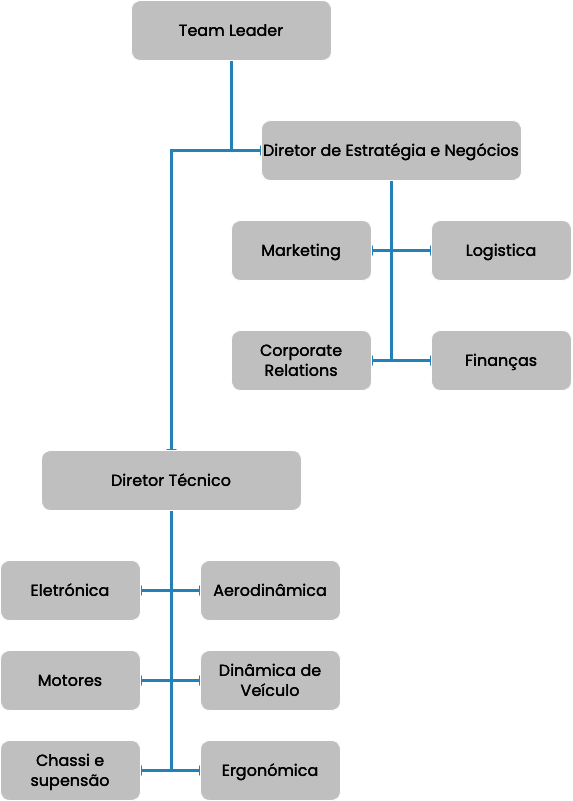
This is src/assets/images/org_chart_pt.drawio_mobile.png from JaimeFerreira2002/NFS-site, a draw.io export, as it was before one commit. Source tidied: cells renumbered, new cells last; positions are measured from the earlier drawing's top-left corner, leaving out a move shared by most shapes.
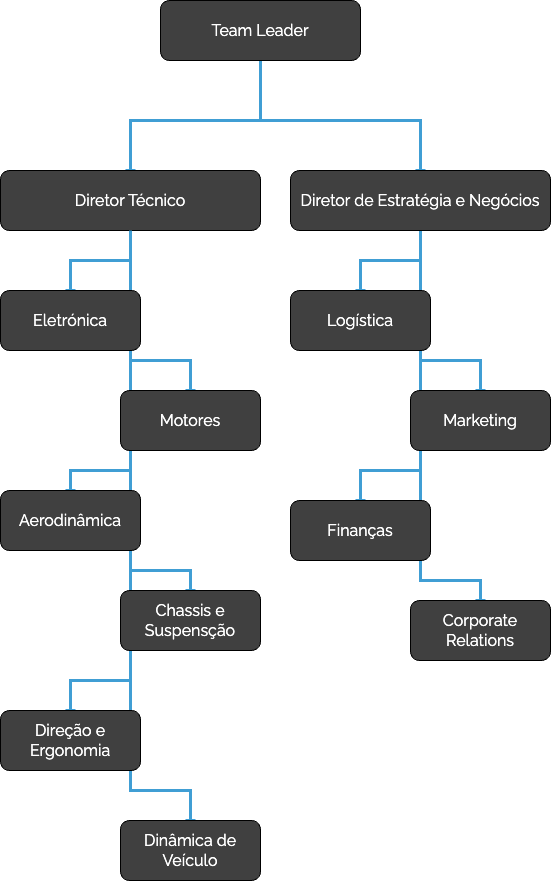
Later version of the same file.

The edit, as a diff of the source:
```diff
@@ -2,87 +2,130 @@
   <root>
     <mxCell id="0" />
     <mxCell id="1" parent="0" />
-    <mxCell id="2" style="edgeStyle=orthogonalEdgeStyle;rounded=0;orthogonalLoop=1;jettySize=auto;html=1;exitX=0.5;exitY=1;exitDx=0;exitDy=0;entryX=0.5;entryY=0;entryDx=0;entryDy=0;strokeWidth=3;strokeColor=#409ED4;endArrow=baseDash;endFill=0;" parent="1" edge="1">
+    <mxCell id="2" style="edgeStyle=orthogonalEdgeStyle;rounded=0;jettySize=auto;html=1;entryX=0.5;entryY=0;entryDx=0;entryDy=0;strokeWidth=3;strokeColor=#409ED4;endArrow=baseDash;endFill=0;fontFamily=raleway;exitX=0.5;exitY=1;exitDx=0;exitDy=0;" parent="1" edge="1" source="4" target="16">
       <mxGeometry relative="1" as="geometry">
-        <mxPoint x="231" y="60" as="sourcePoint" />
-        <mxPoint x="171" y="450" as="targetPoint" />
         <Array as="points">
-          <mxPoint x="231" y="150" />
-          <mxPoint x="171" y="150" />
+          <mxPoint x="391" y="-120" />
+          <mxPoint x="261" y="-120" />
         </Array>
       </mxGeometry>
     </mxCell>
-    <mxCell id="3" style="edgeStyle=orthogonalEdgeStyle;rounded=0;jettySize=auto;html=1;exitX=0.5;exitY=1;exitDx=0;exitDy=0;entryX=0;entryY=0.5;entryDx=0;entryDy=0;strokeWidth=3;strokeColor=#409ED4;curved=0;endArrow=baseDash;endFill=0;" parent="1" edge="1" source="4" target="9">
-      <mxGeometry relative="1" as="geometry" />
+    <mxCell id="3" style="edgeStyle=orthogonalEdgeStyle;rounded=0;jettySize=auto;html=1;exitX=0.5;exitY=1;exitDx=0;exitDy=0;entryX=0.5;entryY=0;entryDx=0;entryDy=0;strokeWidth=3;strokeColor=#409ED4;curved=0;endArrow=baseDash;endFill=0;fontFamily=raleway;" parent="1" edge="1" source="4" target="9">
+      <mxGeometry relative="1" as="geometry">
+        <Array as="points">
+          <mxPoint x="391" y="-120" />
+          <mxPoint x="551" y="-120" />
+        </Array>
+      </mxGeometry>
     </mxCell>
-    <mxCell id="4" value="&lt;font face=&quot;Poppins&quot; style=&quot;font-size: 16px;&quot; color=&quot;#ffffff&quot;&gt;Team Leader&lt;/font&gt;" style="rounded=1;whiteSpace=wrap;html=1;fillColor=#404040;" parent="1" vertex="1">
-      <mxGeometry x="131" width="200" height="60" as="geometry" />
+    <mxCell id="4" value="&lt;font color=&quot;#ffffff&quot; style=&quot;font-size: 16px;&quot;&gt;Team Leader&lt;/font&gt;" style="rounded=1;whiteSpace=wrap;html=1;fillColor=#404040;fontFamily=raleway;" parent="1" vertex="1">
+      <mxGeometry x="291" y="-240" width="200" height="60" as="geometry" />
     </mxCell>
-    <mxCell id="5" style="edgeStyle=orthogonalEdgeStyle;rounded=0;jettySize=auto;html=1;exitX=0.5;exitY=1;exitDx=0;exitDy=0;entryX=1;entryY=0.5;entryDx=0;entryDy=0;strokeWidth=3;strokeColor=#409ED4;endArrow=baseDash;endFill=0;" parent="1" edge="1" source="9" target="17">
-      <mxGeometry relative="1" as="geometry" />
+    <mxCell id="5" style="edgeStyle=orthogonalEdgeStyle;rounded=0;jettySize=auto;html=1;exitX=0.5;exitY=1;exitDx=0;exitDy=0;entryX=0.5;entryY=0;entryDx=0;entryDy=0;strokeWidth=3;strokeColor=#409ED4;endArrow=baseDash;endFill=0;fontFamily=raleway;" parent="1" edge="1" source="9" target="17">
+      <mxGeometry relative="1" as="geometry">
+        <Array as="points">
+          <mxPoint x="551" y="120" />
+          <mxPoint x="611" y="120" />
+        </Array>
+      </mxGeometry>
     </mxCell>
-    <mxCell id="6" style="edgeStyle=orthogonalEdgeStyle;rounded=0;jettySize=auto;html=1;exitX=0.5;exitY=1;exitDx=0;exitDy=0;entryX=1;entryY=0.5;entryDx=0;entryDy=0;strokeWidth=3;strokeColor=#409ED4;endArrow=baseDash;endFill=0;" parent="1" edge="1" source="9" target="19">
-      <mxGeometry relative="1" as="geometry" />
+    <mxCell id="6" style="edgeStyle=orthogonalEdgeStyle;rounded=0;jettySize=auto;html=1;exitX=0.5;exitY=1;exitDx=0;exitDy=0;entryX=0.5;entryY=0;entryDx=0;entryDy=0;strokeWidth=3;strokeColor=#409ED4;endArrow=baseDash;endFill=0;fontFamily=raleway;" parent="1" edge="1" source="9" target="19">
+      <mxGeometry relative="1" as="geometry">
+        <Array as="points">
+          <mxPoint x="551" y="340" />
+          <mxPoint x="611" y="340" />
+        </Array>
+      </mxGeometry>
     </mxCell>
-    <mxCell id="7" style="edgeStyle=orthogonalEdgeStyle;rounded=0;jettySize=auto;html=1;exitX=0.5;exitY=1;exitDx=0;exitDy=0;entryX=0;entryY=0.5;entryDx=0;entryDy=0;strokeColor=#409ED4;strokeWidth=3;endArrow=baseDash;endFill=0;" parent="1" edge="1" source="9" target="20">
+    <mxCell id="7" style="edgeStyle=orthogonalEdgeStyle;rounded=0;jettySize=auto;html=1;exitX=0.5;exitY=1;exitDx=0;exitDy=0;entryX=0.5;entryY=0;entryDx=0;entryDy=0;strokeColor=#409ED4;strokeWidth=3;endArrow=baseDash;endFill=0;fontFamily=raleway;" parent="1" edge="1" source="9" target="20">
       <mxGeometry relative="1" as="geometry" />
     </mxCell>
-    <mxCell id="8" style="edgeStyle=orthogonalEdgeStyle;rounded=0;jettySize=auto;html=1;exitX=0.5;exitY=1;exitDx=0;exitDy=0;entryX=0;entryY=0.5;entryDx=0;entryDy=0;strokeWidth=3;strokeColor=#409ED4;endArrow=baseDash;endFill=0;" parent="1" edge="1" source="9" target="21">
-      <mxGeometry relative="1" as="geometry" />
+    <mxCell id="8" style="edgeStyle=orthogonalEdgeStyle;rounded=0;jettySize=auto;html=1;exitX=0.5;exitY=1;exitDx=0;exitDy=0;entryX=0.5;entryY=0;entryDx=0;entryDy=0;strokeWidth=3;strokeColor=#409ED4;endArrow=baseDash;endFill=0;fontFamily=raleway;" parent="1" edge="1" source="9" target="21">
+      <mxGeometry relative="1" as="geometry">
+        <Array as="points">
+          <mxPoint x="551" y="230" />
+          <mxPoint x="491" y="230" />
+        </Array>
+      </mxGeometry>
     </mxCell>
-    <mxCell id="9" value="&lt;font face=&quot;Poppins&quot; color=&quot;#ffffff&quot;&gt;&lt;span style=&quot;font-size: 16px;&quot;&gt;Diretor de Estratégia e Negócios&lt;/span&gt;&lt;/font&gt;" style="rounded=1;whiteSpace=wrap;html=1;fillColor=#404040;perimeterSpacing=0;" parent="1" vertex="1">
-      <mxGeometry x="261" y="120" width="260" height="60" as="geometry" />
+    <mxCell id="9" value="&lt;font color=&quot;#ffffff&quot;&gt;&lt;span style=&quot;font-size: 16px;&quot;&gt;Diretor de Estratégia e Negócios&lt;/span&gt;&lt;/font&gt;" style="rounded=1;whiteSpace=wrap;html=1;fillColor=#404040;perimeterSpacing=0;fontFamily=raleway;" parent="1" vertex="1">
+      <mxGeometry x="421" y="-70" width="260" height="60" as="geometry" />
     </mxCell>
-    <mxCell id="10" style="edgeStyle=orthogonalEdgeStyle;rounded=0;jettySize=auto;html=1;exitX=0.5;exitY=1;exitDx=0;exitDy=0;entryX=1;entryY=0.5;entryDx=0;entryDy=0;strokeColor=#409ED4;strokeWidth=3;endArrow=baseDash;endFill=0;" parent="1" edge="1" source="16" target="25">
-      <mxGeometry relative="1" as="geometry" />
-    </mxCell>
-    <mxCell id="11" style="edgeStyle=orthogonalEdgeStyle;rounded=0;jettySize=auto;html=1;exitX=0.5;exitY=1;exitDx=0;exitDy=0;entryX=1;entryY=0.5;entryDx=0;entryDy=0;strokeColor=#409ED4;strokeWidth=3;endArrow=baseDash;endFill=0;" parent="1" edge="1" source="16" target="18">
-      <mxGeometry relative="1" as="geometry" />
+    <mxCell id="11" style="edgeStyle=orthogonalEdgeStyle;rounded=0;jettySize=auto;html=1;exitX=0.5;exitY=1;exitDx=0;exitDy=0;entryX=0.5;entryY=0;entryDx=0;entryDy=0;strokeColor=#409ED4;strokeWidth=3;endArrow=baseDash;endFill=0;fontFamily=raleway;" parent="1" edge="1" source="16" target="18">
+      <mxGeometry relative="1" as="geometry">
+        <Array as="points">
+          <mxPoint x="261" y="120" />
+          <mxPoint x="321" y="120" />
+        </Array>
+      </mxGeometry>
     </mxCell>
-    <mxCell id="12" style="edgeStyle=orthogonalEdgeStyle;rounded=0;jettySize=auto;html=1;exitX=0.5;exitY=1;exitDx=0;exitDy=0;entryX=0;entryY=0.5;entryDx=0;entryDy=0;strokeWidth=3;strokeColor=#409ED4;endArrow=baseDash;endFill=0;" parent="1" edge="1" source="16" target="24">
-      <mxGeometry relative="1" as="geometry" />
+    <mxCell id="12" style="edgeStyle=orthogonalEdgeStyle;rounded=0;jettySize=auto;html=1;exitX=0.5;exitY=1;exitDx=0;exitDy=0;entryX=0.5;entryY=0;entryDx=0;entryDy=0;strokeWidth=3;strokeColor=#409ED4;endArrow=baseDash;endFill=0;fontFamily=raleway;" parent="1" edge="1" source="16" target="24">
+      <mxGeometry relative="1" as="geometry">
+        <Array as="points">
+          <mxPoint x="261" y="550" />
+          <mxPoint x="321" y="550" />
+        </Array>
+      </mxGeometry>
     </mxCell>
-    <mxCell id="13" style="edgeStyle=orthogonalEdgeStyle;rounded=0;jettySize=auto;html=1;exitX=0.5;exitY=1;exitDx=0;exitDy=0;entryX=1;entryY=0.5;entryDx=0;entryDy=0;strokeColor=#409ED4;strokeWidth=3;endArrow=baseDash;endFill=0;" parent="1" edge="1" source="16" target="22">
+    <mxCell id="13" style="edgeStyle=orthogonalEdgeStyle;rounded=0;jettySize=auto;html=1;exitX=0.5;exitY=1;exitDx=0;exitDy=0;entryX=0.5;entryY=0;entryDx=0;entryDy=0;strokeColor=#409ED4;strokeWidth=3;endArrow=baseDash;endFill=0;fontFamily=raleway;" parent="1" edge="1" source="16" target="22">
       <mxGeometry relative="1" as="geometry" />
     </mxCell>
-    <mxCell id="14" style="edgeStyle=orthogonalEdgeStyle;rounded=0;jettySize=auto;html=1;exitX=0.5;exitY=1;exitDx=0;exitDy=0;entryX=0;entryY=0.5;entryDx=0;entryDy=0;strokeColor=#409ED4;strokeWidth=3;endArrow=baseDash;endFill=0;" parent="1" edge="1" source="16" target="23">
-      <mxGeometry relative="1" as="geometry" />
+    <mxCell id="14" style="edgeStyle=orthogonalEdgeStyle;rounded=0;jettySize=auto;html=1;exitX=0.5;exitY=1;exitDx=0;exitDy=0;entryX=0.5;entryY=0;entryDx=0;entryDy=0;strokeColor=#409ED4;strokeWidth=3;endArrow=baseDash;endFill=0;fontFamily=raleway;" parent="1" edge="1" source="16" target="23">
+      <mxGeometry relative="1" as="geometry">
+        <Array as="points">
+          <mxPoint x="261" y="230" />
+          <mxPoint x="201" y="230" />
+        </Array>
+      </mxGeometry>
     </mxCell>
-    <mxCell id="15" style="edgeStyle=orthogonalEdgeStyle;rounded=0;jettySize=auto;html=1;exitX=0.5;exitY=1;exitDx=0;exitDy=0;entryX=0;entryY=0.5;entryDx=0;entryDy=0;strokeColor=#409ED4;endArrow=baseDash;endFill=0;strokeWidth=3;" parent="1" edge="1" source="16" target="26">
-      <mxGeometry relative="1" as="geometry" />
+    <mxCell id="15" style="edgeStyle=orthogonalEdgeStyle;rounded=0;jettySize=auto;html=1;exitX=0.5;exitY=1;exitDx=0;exitDy=0;entryX=0.5;entryY=0;entryDx=0;entryDy=0;strokeColor=#409ED4;endArrow=baseDash;endFill=0;strokeWidth=3;fontFamily=raleway;" parent="1" edge="1" source="16" target="26">
+      <mxGeometry relative="1" as="geometry">
+        <Array as="points">
+          <mxPoint x="261" y="330" />
+          <mxPoint x="321" y="330" />
+        </Array>
+      </mxGeometry>
     </mxCell>
-    <mxCell id="16" value="&lt;font face=&quot;Poppins&quot; style=&quot;font-size: 16px;&quot; color=&quot;#ffffff&quot;&gt;Diretor Técnico&lt;/font&gt;" style="rounded=1;whiteSpace=wrap;html=1;fillColor=#404040;" parent="1" vertex="1">
-      <mxGeometry x="41" y="450" width="260" height="60" as="geometry" />
+    <mxCell id="16" value="&lt;font color=&quot;#ffffff&quot; style=&quot;font-size: 16px;&quot;&gt;Diretor Técnico&lt;/font&gt;" style="rounded=1;whiteSpace=wrap;html=1;fillColor=#404040;fontFamily=raleway;" parent="1" vertex="1">
+      <mxGeometry x="131" y="-70" width="260" height="60" as="geometry" />
     </mxCell>
-    <mxCell id="17" value="&lt;font face=&quot;Poppins&quot; style=&quot;font-size: 16px;&quot; color=&quot;#ffffff&quot;&gt;Marketing&lt;/font&gt;" style="rounded=1;whiteSpace=wrap;html=1;fillColor=#404040;" parent="1" vertex="1">
-      <mxGeometry x="231" y="220" width="140" height="60" as="geometry" />
+    <mxCell id="17" value="&lt;font color=&quot;#ffffff&quot; style=&quot;font-size: 16px;&quot;&gt;Marketing&lt;/font&gt;" style="rounded=1;whiteSpace=wrap;html=1;fillColor=#404040;fontFamily=raleway;" parent="1" vertex="1">
+      <mxGeometry x="541" y="150" width="140" height="60" as="geometry" />
     </mxCell>
-    <mxCell id="18" value="&lt;font face=&quot;Poppins&quot; style=&quot;font-size: 16px;&quot; color=&quot;#ffffff&quot;&gt;Motores&lt;br&gt;&lt;/font&gt;" style="rounded=1;whiteSpace=wrap;html=1;fillColor=#404040;" parent="1" vertex="1">
-      <mxGeometry y="650" width="140" height="60" as="geometry" />
-    </mxCell>
-    <mxCell id="19" value="&lt;font face=&quot;Poppins&quot; style=&quot;font-size: 16px;&quot; color=&quot;#ffffff&quot;&gt;Corporate Relations&lt;br&gt;&lt;/font&gt;" style="rounded=1;whiteSpace=wrap;html=1;fillColor=#404040;" parent="1" vertex="1">
-      <mxGeometry x="231" y="330" width="140" height="60" as="geometry" />
+    <mxCell id="19" value="&lt;font color=&quot;#ffffff&quot; style=&quot;font-size: 16px;&quot;&gt;Corporate Relations&lt;br&gt;&lt;/font&gt;" style="rounded=1;whiteSpace=wrap;html=1;fillColor=#404040;fontFamily=raleway;" parent="1" vertex="1">
+      <mxGeometry x="541" y="360" width="140" height="60" as="geometry" />
     </mxCell>
-    <mxCell id="20" value="&lt;font face=&quot;Poppins&quot; style=&quot;font-size: 16px;&quot; color=&quot;#ffffff&quot;&gt;Logistica&lt;/font&gt;" style="rounded=1;whiteSpace=wrap;html=1;fillColor=#404040;" parent="1" vertex="1">
-      <mxGeometry x="431" y="220" width="140" height="60" as="geometry" />
+    <mxCell id="20" value="&lt;font color=&quot;#ffffff&quot; style=&quot;font-size: 16px;&quot;&gt;Logística&lt;/font&gt;" style="rounded=1;whiteSpace=wrap;html=1;fillColor=#404040;fontFamily=raleway;" parent="1" vertex="1">
+      <mxGeometry x="421" y="50" width="140" height="60" as="geometry" />
     </mxCell>
-    <mxCell id="21" value="&lt;font face=&quot;Poppins&quot; style=&quot;font-size: 16px;&quot; color=&quot;#ffffff&quot;&gt;Finanças&lt;br&gt;&lt;/font&gt;" style="rounded=1;whiteSpace=wrap;html=1;fillColor=#404040;" parent="1" vertex="1">
-      <mxGeometry x="431" y="330" width="140" height="60" as="geometry" />
+    <mxCell id="21" value="&lt;font color=&quot;#ffffff&quot; style=&quot;font-size: 16px;&quot;&gt;Finanças&lt;br&gt;&lt;/font&gt;" style="rounded=1;whiteSpace=wrap;html=1;fillColor=#404040;fontFamily=raleway;" parent="1" vertex="1">
+      <mxGeometry x="421" y="260" width="140" height="60" as="geometry" />
     </mxCell>
-    <mxCell id="22" value="&lt;font face=&quot;Poppins&quot; color=&quot;#ffffff&quot;&gt;&lt;span style=&quot;font-size: 16px;&quot;&gt;Eletrónica&lt;/span&gt;&lt;/font&gt;" style="rounded=1;whiteSpace=wrap;html=1;fillColor=#404040;" parent="1" vertex="1">
-      <mxGeometry y="560" width="140" height="60" as="geometry" />
-    </mxCell>
-    <mxCell id="23" value="&lt;font face=&quot;Poppins&quot; style=&quot;font-size: 16px;&quot; color=&quot;#ffffff&quot;&gt;Aerodinâmica&lt;/font&gt;" style="rounded=1;whiteSpace=wrap;html=1;fillColor=#404040;" parent="1" vertex="1">
-      <mxGeometry x="200" y="560" width="140" height="60" as="geometry" />
-    </mxCell>
-    <mxCell id="24" value="&lt;font face=&quot;Poppins&quot; style=&quot;font-size: 16px;&quot; color=&quot;#ffffff&quot;&gt;Dinâmica de Veículo&lt;br&gt;&lt;/font&gt;" style="rounded=1;whiteSpace=wrap;html=1;fillColor=#404040;" parent="1" vertex="1">
-      <mxGeometry x="200" y="650" width="140" height="60" as="geometry" />
+    <mxCell id="24" value="&lt;font color=&quot;#ffffff&quot; style=&quot;font-size: 16px;&quot;&gt;Dinâmica de Veículo&lt;br&gt;&lt;/font&gt;" style="rounded=1;whiteSpace=wrap;html=1;fillColor=#404040;fontFamily=raleway;" parent="1" vertex="1">
+      <mxGeometry x="251" y="580" width="140" height="60" as="geometry" />
     </mxCell>
+    <mxCell id="10" style="edgeStyle=orthogonalEdgeStyle;rounded=0;jettySize=auto;html=1;exitX=0.5;exitY=1;exitDx=0;exitDy=0;entryX=0.5;entryY=0;entryDx=0;entryDy=0;strokeWidth=3;strokeColor=#409ED4;endArrow=baseDash;endFill=0;fontFamily=raleway;" parent="1" edge="1" source="16" target="25">
+      <mxGeometry relative="1" as="geometry">
+        <Array as="points">
+          <mxPoint x="261" y="440" />
+          <mxPoint x="201" y="440" />
+        </Array>
+      </mxGeometry>
+    </mxCell>
-    <mxCell id="25" value="&lt;font face=&quot;Poppins&quot; style=&quot;font-size: 16px;&quot; color=&quot;#ffffff&quot;&gt;Chassi e supensão&lt;br&gt;&lt;/font&gt;" style="rounded=1;whiteSpace=wrap;html=1;fillColor=#404040;" parent="1" vertex="1">
-      <mxGeometry y="740" width="140" height="60" as="geometry" />
+    <mxCell id="25" value="&lt;font color=&quot;#ffffff&quot; style=&quot;font-size: 16px;&quot;&gt;Direção e Ergonomia&lt;/font&gt;" style="rounded=1;whiteSpace=wrap;html=1;fillColor=#404040;fontFamily=raleway;" parent="1" vertex="1">
+      <mxGeometry x="131" y="470" width="140" height="60" as="geometry" />
     </mxCell>
-    <mxCell id="26" value="&lt;font face=&quot;Poppins&quot; style=&quot;font-size: 16px;&quot; color=&quot;#ffffff&quot;&gt;Ergonómica&lt;br&gt;&lt;/font&gt;" style="rounded=1;whiteSpace=wrap;html=1;fillColor=#404040;" parent="1" vertex="1">
-      <mxGeometry x="200" y="740" width="140" height="60" as="geometry" />
+    <mxCell id="26" value="&lt;font color=&quot;#ffffff&quot; style=&quot;font-size: 16px;&quot;&gt;Chassis e Suspensção&lt;br&gt;&lt;/font&gt;" style="rounded=1;whiteSpace=wrap;html=1;fillColor=#404040;fontFamily=raleway;" parent="1" vertex="1">
+      <mxGeometry x="251" y="350" width="140" height="60" as="geometry" />
     </mxCell>
+    <mxCell id="23" value="&lt;font color=&quot;#ffffff&quot; style=&quot;font-size: 16px;&quot;&gt;Aerodinâmica&lt;/font&gt;" style="rounded=1;whiteSpace=wrap;html=1;fillColor=#404040;fontFamily=raleway;" parent="1" vertex="1">
+      <mxGeometry x="131" y="250" width="140" height="60" as="geometry" />
+    </mxCell>
+    <mxCell id="22" value="&lt;font color=&quot;#ffffff&quot;&gt;&lt;span style=&quot;font-size: 16px;&quot;&gt;Eletrónica&lt;/span&gt;&lt;/font&gt;" style="rounded=1;whiteSpace=wrap;html=1;fillColor=#404040;fontFamily=raleway;" parent="1" vertex="1">
+      <mxGeometry x="131" y="50" width="140" height="60" as="geometry" />
+    </mxCell>
+    <mxCell id="18" value="&lt;font color=&quot;#ffffff&quot; style=&quot;font-size: 16px;&quot;&gt;Motores&lt;br&gt;&lt;/font&gt;" style="rounded=1;whiteSpace=wrap;html=1;fillColor=#404040;fontFamily=raleway;" parent="1" vertex="1">
+      <mxGeometry x="251" y="150" width="140" height="60" as="geometry" />
+    </mxCell>
   </root>
 </mxGraphModel>
```
